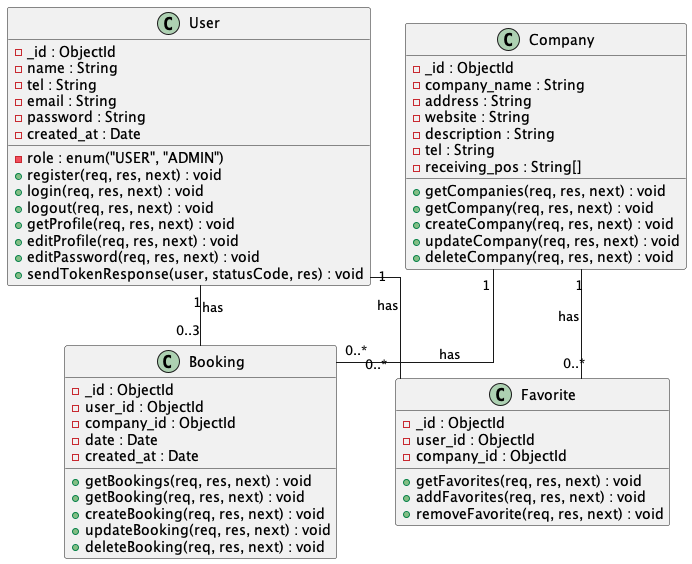
Above: out/diagrams/class_diagram/class_diagram/Online Jobfair Class Diagram.png in its144prelationship-study/swdevprac-project (PlantUML), before the change.
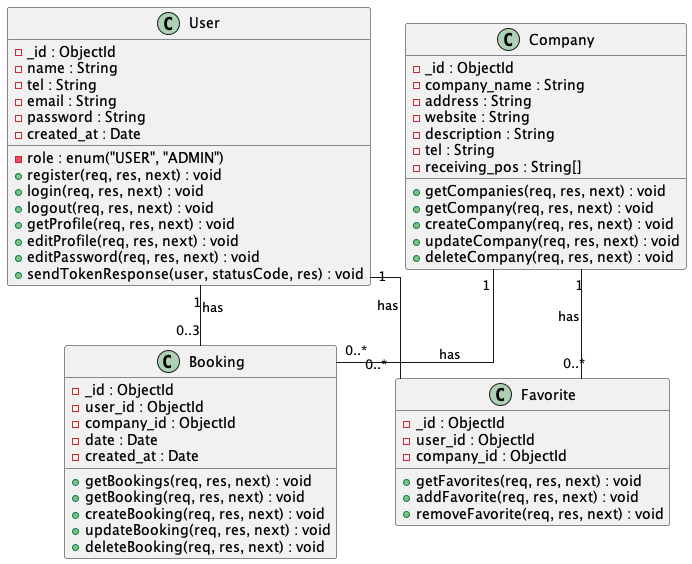
The same diagram one commit later.

Commit message:
feat: class diagram: UML profile

Diff of the diagram source:
```diff
@@ -51,7 +51,7 @@
     - user_id : ObjectId
     - company_id : ObjectId
     + getFavorites(req, res, next) : void
-    + addFavorites(req, res, next) : void
+    + addFavorite(req, res, next) : void
     + removeFavorite(req, res, next) : void
 }
 
```
